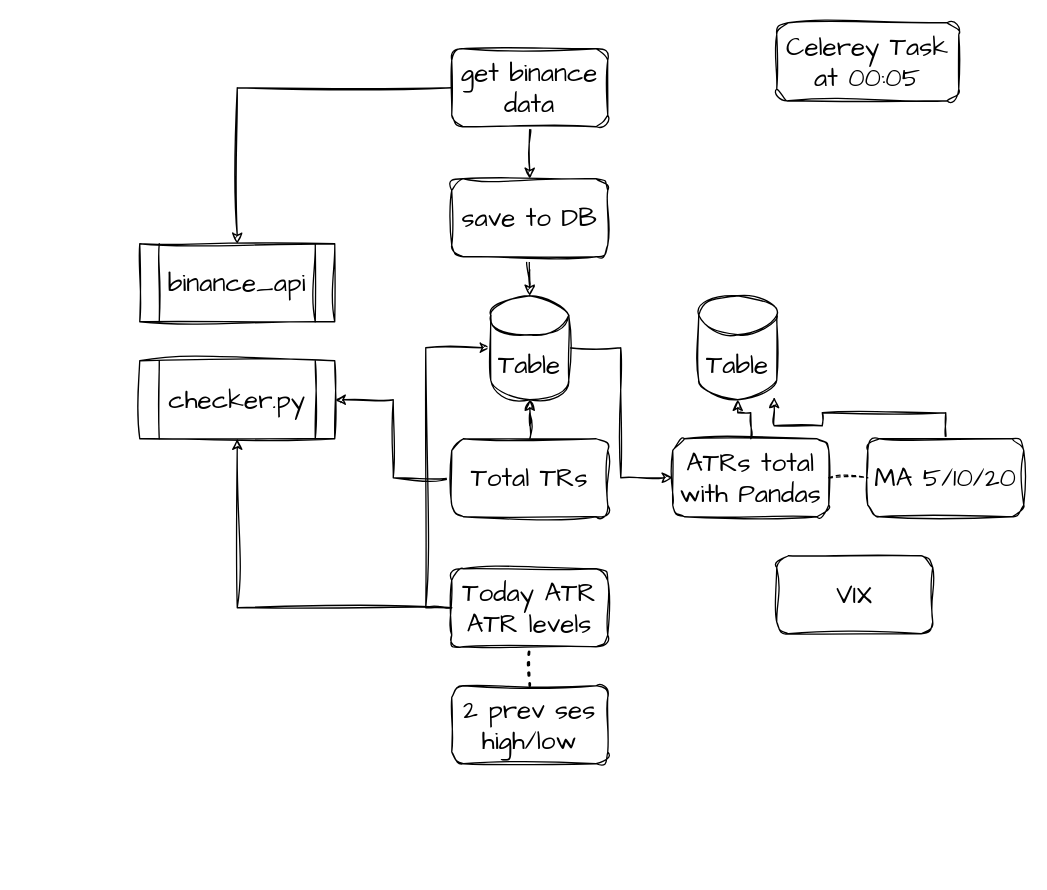
This is page "Daily_atrs" (2 of 7) of structure.drawio from Kupavtsev/markets_data_handler, a draw.io file, before an edit. Source tidied: cells renumbered, new cells numbered last; positions are measured from the earlier drawing's top-left corner, leaving out a move shared by most shapes. Both pictures are drawn from the tidied source at 130%, with x=0, y=0 at pixel (139, 22).
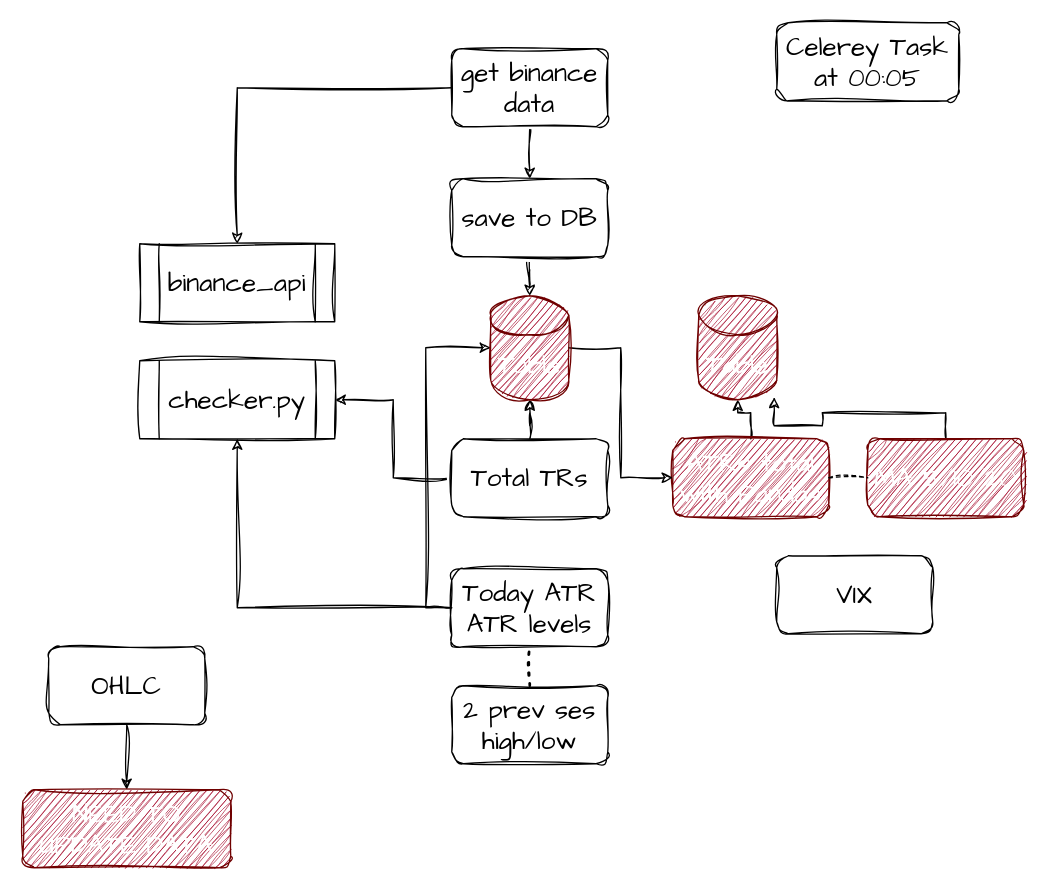
After the change.

What changed in the source:
```diff
@@
-    <mxCell id="14" value="ATRs total with Pandas" style="rounded=1;whiteSpace=wrap;html=1;sketch=1;hachureGap=4;jiggle=2;curveFitting=1;fontFamily=Architects Daughter;fontSize=20;" parent="1" vertex="1">
+    <mxCell id="14" value="ATRs total with Pandas" style="rounded=1;whiteSpace=wrap;html=1;sketch=1;hachureGap=4;jiggle=2;curveFitting=1;fontFamily=Architects Daughter;fontSize=20;fillColor=#a20025;fontColor=#ffffff;strokeColor=#6F0000;" parent="1" vertex="1">
       <mxGeometry x="410" y="320" width="120" height="60" as="geometry" />
     </mxCell>
-    <mxCell id="15" value="Table" style="shape=cylinder3;whiteSpace=wrap;html=1;boundedLbl=1;backgroundOutline=1;size=15;sketch=1;hachureGap=4;jiggle=2;curveFitting=1;fontFamily=Architects Daughter;fontSize=20;" parent="1" vertex="1">
+    <mxCell id="15" value="Table" style="shape=cylinder3;whiteSpace=wrap;html=1;boundedLbl=1;backgroundOutline=1;size=15;sketch=1;hachureGap=4;jiggle=2;curveFitting=1;fontFamily=Architects Daughter;fontSize=20;fillColor=#a20025;fontColor=#ffffff;strokeColor=#6F0000;" parent="1" vertex="1">
       <mxGeometry x="430" y="210" width="60" height="80" as="geometry" />
     </mxCell>
@@
-    <mxCell id="17" value="Table" style="shape=cylinder3;whiteSpace=wrap;html=1;boundedLbl=1;backgroundOutline=1;size=15;sketch=1;hachureGap=4;jiggle=2;curveFitting=1;fontFamily=Architects Daughter;fontSize=20;" parent="1" vertex="1">
+    <mxCell id="17" value="Table" style="shape=cylinder3;whiteSpace=wrap;html=1;boundedLbl=1;backgroundOutline=1;size=15;sketch=1;hachureGap=4;jiggle=2;curveFitting=1;fontFamily=Architects Daughter;fontSize=20;fillColor=#a20025;fontColor=#ffffff;strokeColor=#6F0000;" parent="1" vertex="1">
       <mxGeometry x="270" y="210" width="60" height="80" as="geometry" />
     </mxCell>
@@
-    <mxCell id="22" value="MA 5/10/20" style="rounded=1;whiteSpace=wrap;html=1;sketch=1;hachureGap=4;jiggle=2;curveFitting=1;fontFamily=Architects Daughter;fontSize=20;" parent="1" vertex="1">
+    <mxCell id="22" value="MA 5/10/20" style="rounded=1;whiteSpace=wrap;html=1;sketch=1;hachureGap=4;jiggle=2;curveFitting=1;fontFamily=Architects Daughter;fontSize=20;fillColor=#a20025;fontColor=#ffffff;strokeColor=#6F0000;" parent="1" vertex="1">
       <mxGeometry x="560" y="320" width="120" height="60" as="geometry" />
     </mxCell>
@@
+    <mxCell id="27" style="edgeStyle=orthogonalEdgeStyle;rounded=0;sketch=1;hachureGap=4;jiggle=2;curveFitting=1;jettySize=auto;html=1;fontFamily=Architects Daughter;fontSize=16;" parent="1" edge="1" source="28" target="29">
+      <mxGeometry relative="1" as="geometry" />
+    </mxCell>
+    <mxCell id="28" value="OHLC" style="rounded=1;whiteSpace=wrap;html=1;sketch=1;hachureGap=4;jiggle=2;curveFitting=1;fontFamily=Architects Daughter;fontSize=20;" parent="1" vertex="1">
+      <mxGeometry x="-70" y="480" width="120" height="60" as="geometry" />
+    </mxCell>
+    <mxCell id="29" value="NEED TO UPDATE DATA" style="rounded=1;whiteSpace=wrap;html=1;sketch=1;hachureGap=4;jiggle=2;curveFitting=1;fontFamily=Architects Daughter;fontSize=20;fillColor=#a20025;fontColor=#ffffff;strokeColor=#6F0000;" parent="1" vertex="1">
+      <mxGeometry x="-90" y="590" width="160" height="60" as="geometry" />
+    </mxCell>
```
